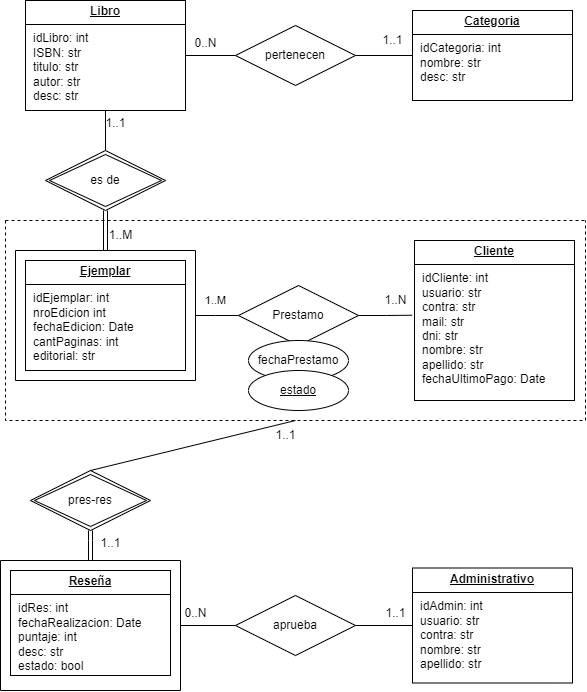
This is TPI/Media/DER.drawio.png from Mauro-Dorigoni/JAVA-2024--Electiva, a draw.io export, as it was before one commit. Source tidied: cells renumbered, new cells last; positions are measured from the earlier drawing's top-left corner, leaving out a move shared by most shapes.
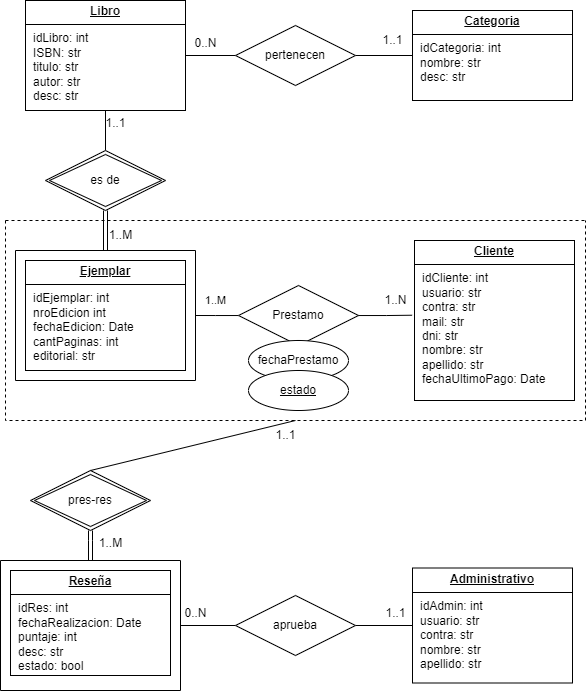
After the change.

Diff of the diagram source:
```diff
@@ -93,8 +93,8 @@
     <mxCell id="29" value="1..1" style="text;html=1;align=center;verticalAlign=middle;strokeColor=none;fillColor=none;" parent="1" vertex="1">
       <mxGeometry x="265" y="420" width="40" height="30" as="geometry" />
     </mxCell>
-    <mxCell id="30" value="1..1" style="text;html=1;align=center;verticalAlign=middle;strokeColor=none;fillColor=none;" parent="1" vertex="1">
-      <mxGeometry x="90" y="528" width="40" height="30" as="geometry" />
+    <mxCell id="30" value="1..M" style="text;html=1;align=center;verticalAlign=middle;strokeColor=none;fillColor=none;" parent="1" vertex="1">
+      <mxGeometry x="85" y="528" width="50" height="30" as="geometry" />
     </mxCell>
     <mxCell id="31" style="endArrow=none;html=1;rounded=0;exitX=0.5;exitY=0;exitDx=0;exitDy=0;entryX=0.5;entryY=1;entryDx=0;entryDy=0;" parent="1" edge="1" source="28" target="23">
       <mxGeometry relative="1" as="geometry" />
```
